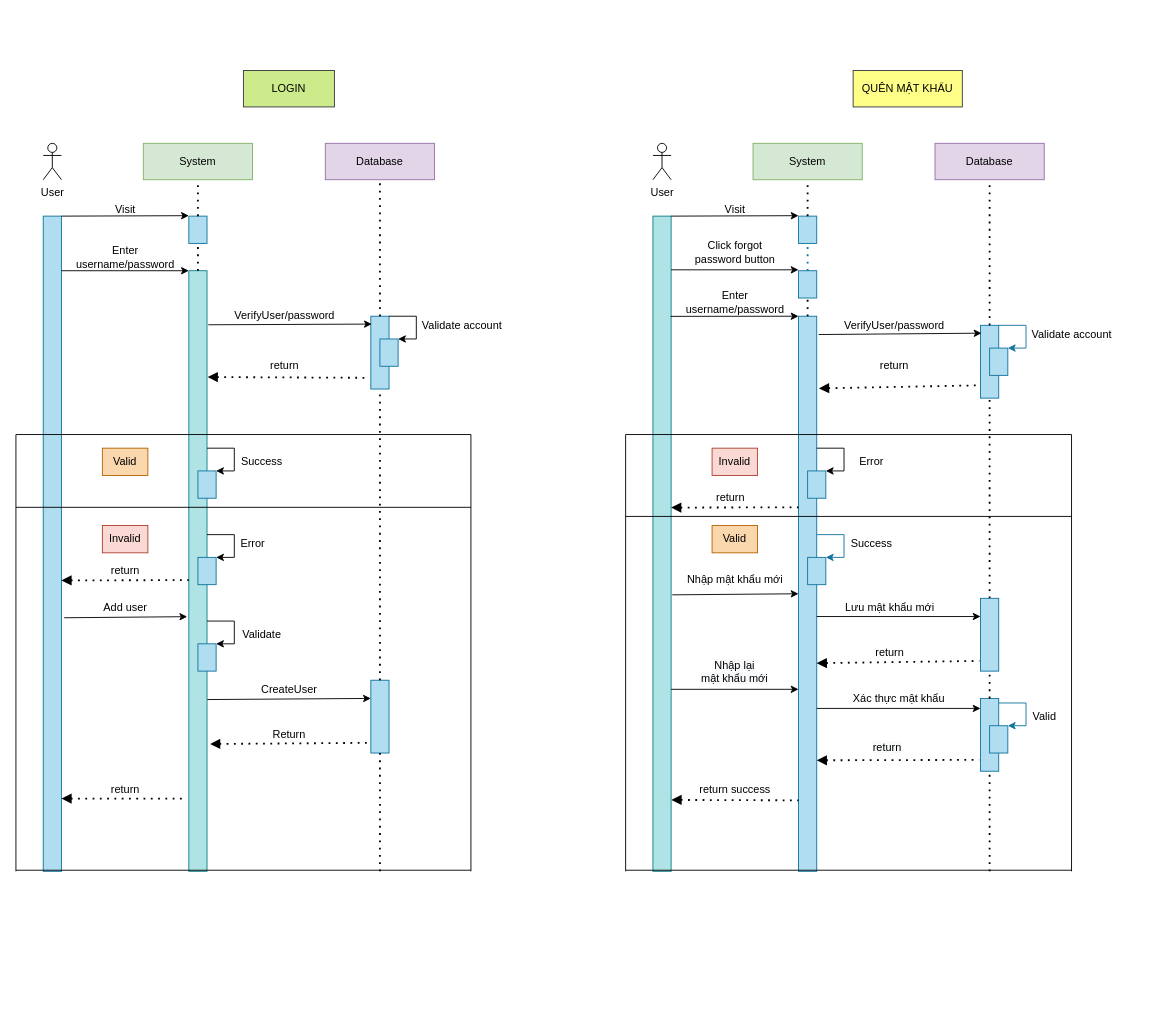
The draw.io diagram page "Sequence ql_he_thong" (5 of 16) of doc/QuanLyDoAn.drawio in lampn0/quan_ly_do_an_20211, before the edit. Source tidied: cells renumbered, new cells numbered last; positions are measured from the earlier drawing's top-left corner, leaving out a move shared by most shapes. Both pictures are drawn from the tidied source at 91%, with x=0, y=0 at pixel (15, 70).
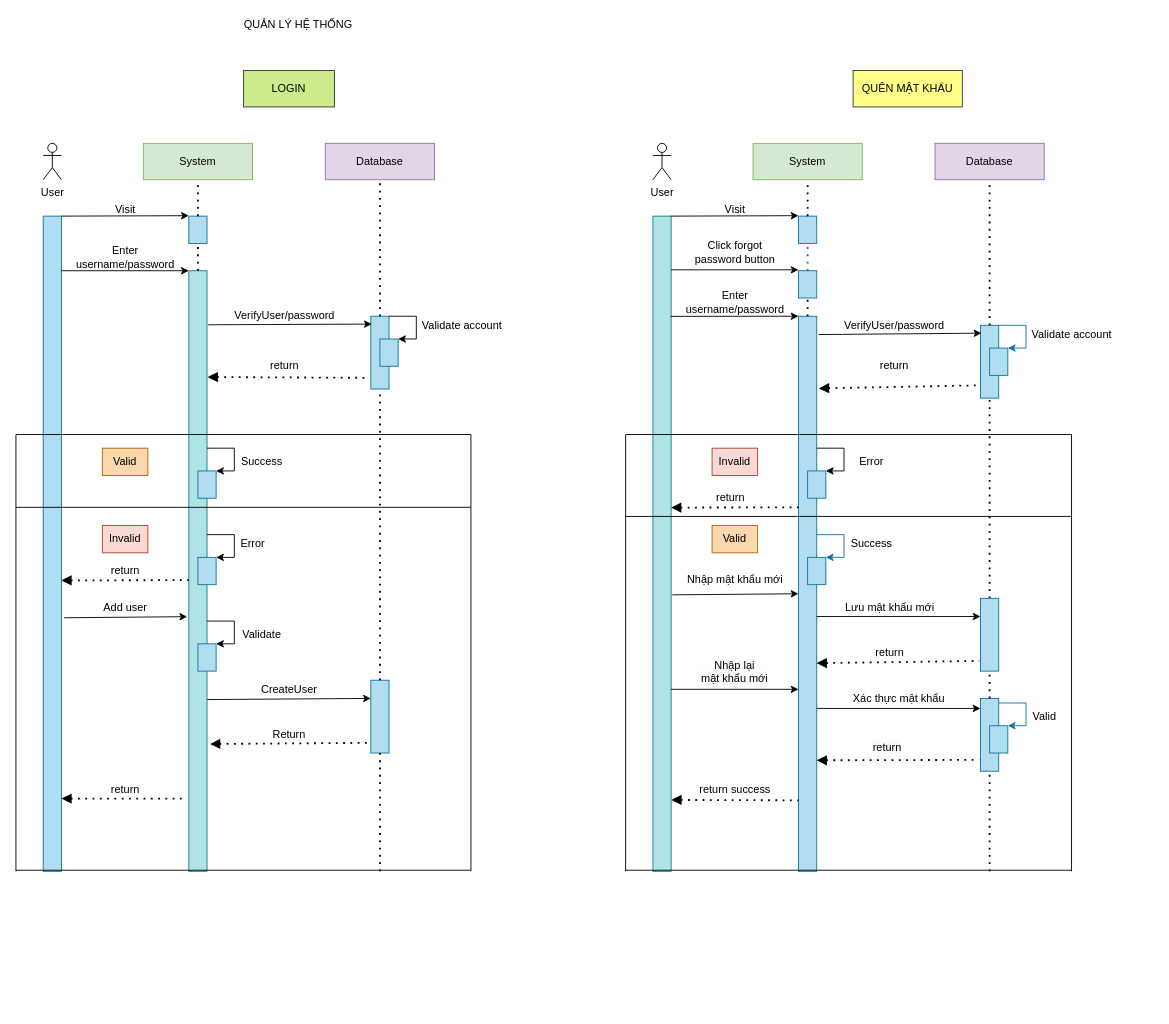
The same page after the edit.

The edit, as a diff of the source:
```diff
@@
+    <mxCell id="119" value="QUẢN LÝ HỆ THỐNG" style="text;html=1;align=center;verticalAlign=middle;strokeColor=none;fillColor=none;" parent="1" vertex="1">
+      <mxGeometry x="245" y="-60" width="130" height="20" as="geometry" />
+    </mxCell>
```
